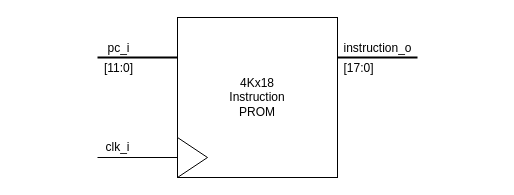
The draw.io diagram Blockbeschreibungen/IP_beschreibung.drawio in graefjk/RO2, before the edit. Source tidied: cells renumbered, new cells numbered last; positions are measured from the earlier drawing's top-left corner, leaving out a move shared by most shapes. Both pictures are drawn from the tidied source at 100%, with x=0, y=0 at pixel (97, 17).
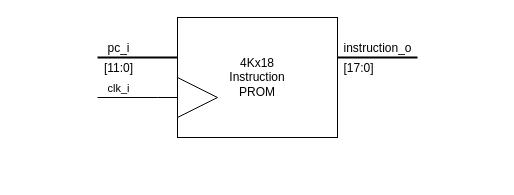
Above is the later version.

What changed in the source:
```diff
@@
+    <mxCell id="12" style="edgeStyle=orthogonalEdgeStyle;rounded=0;jettySize=auto;html=1;endArrow=none;endFill=0;" parent="1" edge="1" source="8">
+      <mxGeometry relative="1" as="geometry">
+        <mxPoint y="80" as="targetPoint" />
+        <Array as="points">
+          <mxPoint x="60" y="80" />
+          <mxPoint x="60" y="80" />
+        </Array>
+      </mxGeometry>
+    </mxCell>
+    <mxCell id="11" value="clk_i" style="edgeLabel;html=1;align=center;verticalAlign=middle;labelBackgroundColor=none;" parent="12" vertex="1">
+      <mxGeometry x="0.81" y="2" relative="1" as="geometry">
+        <mxPoint x="12.6" y="-12" as="offset" />
+      </mxGeometry>
+    </mxCell>
     <mxCell id="8" value="4Kx18&lt;br&gt;Instruction&lt;br&gt;PROM" style="rounded=0;whiteSpace=wrap;html=1;" parent="1" vertex="1">
-      <mxGeometry x="80" width="160" height="160" as="geometry" />
+      <mxGeometry x="80" width="160" height="120" as="geometry" />
     </mxCell>
-    <mxCell id="9" style="triangle;whiteSpace=wrap;html=1;" parent="1" vertex="1">
-      <mxGeometry x="80" y="120" width="30" height="40" as="geometry" />
-    </mxCell>
-    <mxCell id="10" style="endArrow=none;html=1;rounded=0;entryX=0;entryY=0.5;entryDx=0;entryDy=0;" parent="1" edge="1" target="9">
-      <mxGeometry relative="1" as="geometry">
-        <mxPoint y="140" as="sourcePoint" />
-      </mxGeometry>
-    </mxCell>
-    <mxCell id="11" value="clk_i" style="text;html=1;align=center;verticalAlign=middle;" parent="1" vertex="1">
-      <mxGeometry y="120" width="40" height="20" as="geometry" />
-    </mxCell>
+    <mxCell id="13" style="rounded=0;whiteSpace=wrap;html=1;fillColor=none;strokeColor=none;" parent="1" vertex="1">
+      <mxGeometry x="-80" width="480" height="40" as="geometry" />
+    </mxCell>
+    <mxCell id="14" style="triangle;whiteSpace=wrap;html=1;" parent="1" vertex="1">
+      <mxGeometry x="80" y="60" width="40" height="40" as="geometry" />
+    </mxCell>
```
